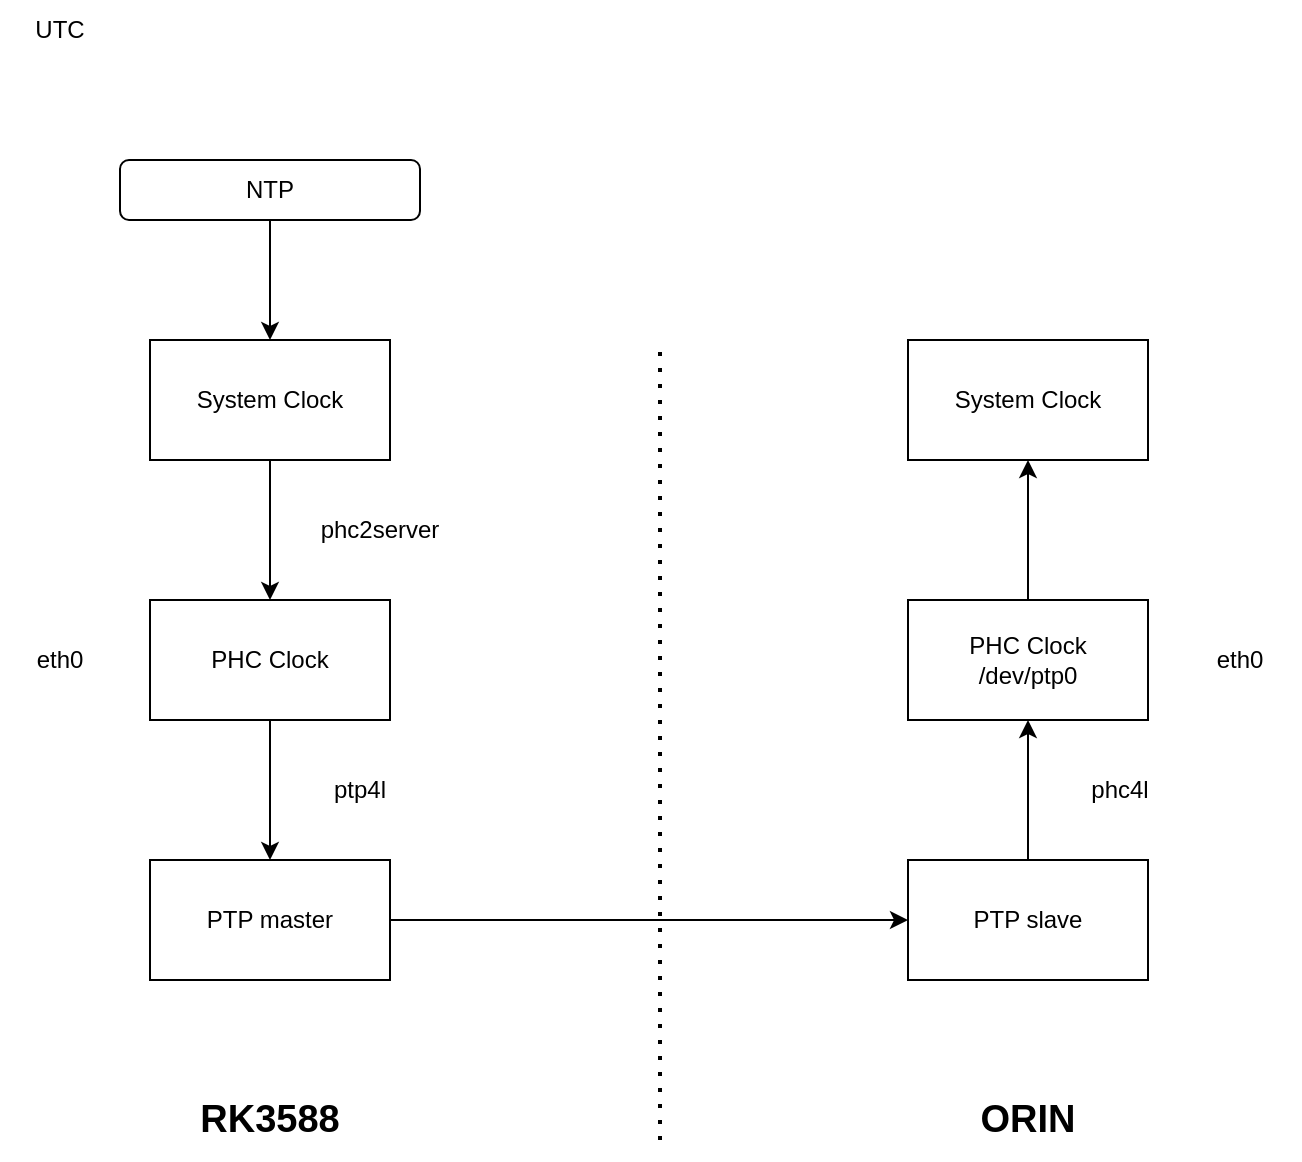
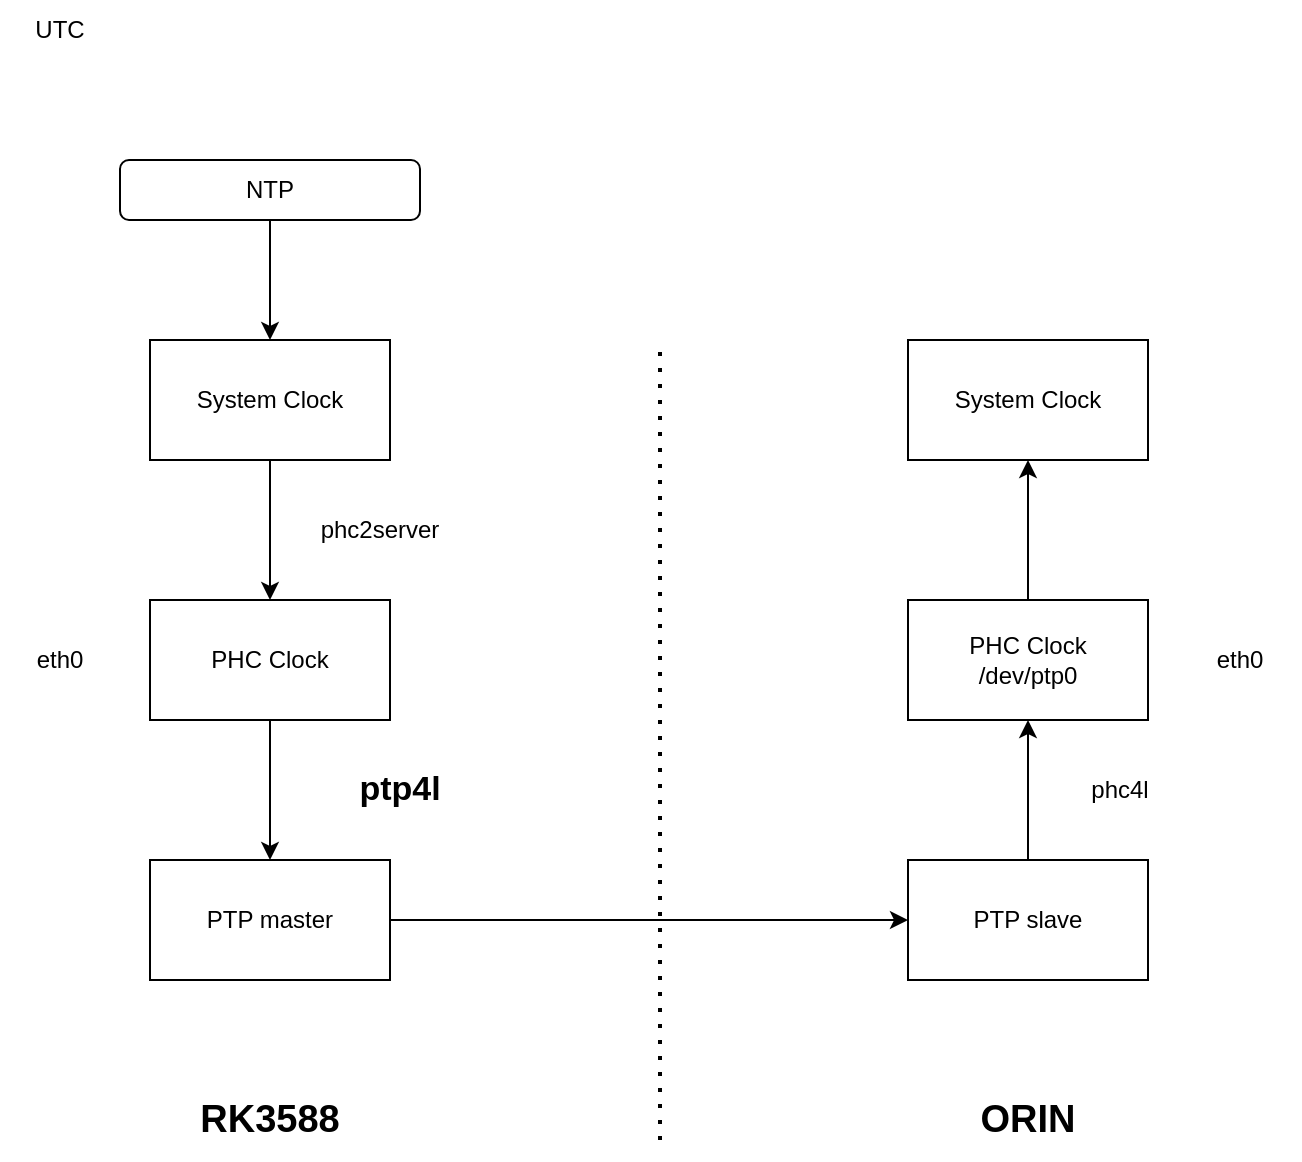
<mxfile host="app.diagrams.net" agent="Mozilla/5.0 (Windows NT 10.0; Win64; x64) AppleWebKit/537.36 (KHTML, like Gecko) Chrome/148.0.0.0 Safari/537.36">
  <diagram name="第 1 页" id="xi5zx8poPBdEaGlYp24N">
    <mxGraphModel dx="1122" dy="596" grid="1" gridSize="10" guides="1" tooltips="1" connect="1" arrows="1" fold="1" page="1" pageScale="1" pageWidth="827" pageHeight="1169" math="0" shadow="0">
      <root>
        <mxCell id="0" />
        <mxCell id="1" parent="0" />
        <mxCell id="9tWx0qsMY7gKmuM-r2hu-1" edge="1" parent="1" source="473n1farRfXXC9yVkO81-1" style="edgeStyle=orthogonalEdgeStyle;rounded=0;orthogonalLoop=1;jettySize=auto;html=1;" target="473n1farRfXXC9yVkO81-7" value="">
          <mxGeometry relative="1" as="geometry" />
        </mxCell>
        <mxCell id="473n1farRfXXC9yVkO81-1" parent="1" style="rounded=1;whiteSpace=wrap;html=1;" value="NTP" vertex="1">
          <mxGeometry height="30" width="150" x="130" y="150" as="geometry" />
        </mxCell>
        <mxCell id="473n1farRfXXC9yVkO81-6" parent="1" style="text;html=1;whiteSpace=wrap;strokeColor=none;fillColor=none;align=center;verticalAlign=middle;rounded=0;" value="UTC" vertex="1">
          <mxGeometry height="30" width="60" x="70" y="70" as="geometry" />
        </mxCell>
        <mxCell id="9tWx0qsMY7gKmuM-r2hu-3" edge="1" parent="1" source="473n1farRfXXC9yVkO81-7" style="edgeStyle=orthogonalEdgeStyle;rounded=0;orthogonalLoop=1;jettySize=auto;html=1;" target="9tWx0qsMY7gKmuM-r2hu-2" value="">
          <mxGeometry relative="1" as="geometry" />
        </mxCell>
        <mxCell id="473n1farRfXXC9yVkO81-7" parent="1" style="rounded=0;whiteSpace=wrap;html=1;" value="System Clock" vertex="1">
          <mxGeometry height="60" width="120" x="145" y="240" as="geometry" />
        </mxCell>
        <mxCell id="9tWx0qsMY7gKmuM-r2hu-5" edge="1" parent="1" source="9tWx0qsMY7gKmuM-r2hu-2" style="edgeStyle=orthogonalEdgeStyle;rounded=0;orthogonalLoop=1;jettySize=auto;html=1;" target="9tWx0qsMY7gKmuM-r2hu-4" value="">
          <mxGeometry relative="1" as="geometry" />
        </mxCell>
        <mxCell id="9tWx0qsMY7gKmuM-r2hu-2" parent="1" style="rounded=0;whiteSpace=wrap;html=1;" value="PHC Clock" vertex="1">
          <mxGeometry height="60" width="120" x="145" y="370" as="geometry" />
        </mxCell>
        <mxCell id="9tWx0qsMY7gKmuM-r2hu-11" edge="1" parent="1" source="9tWx0qsMY7gKmuM-r2hu-4" style="edgeStyle=orthogonalEdgeStyle;rounded=0;orthogonalLoop=1;jettySize=auto;html=1;exitX=1;exitY=0.5;exitDx=0;exitDy=0;entryX=0;entryY=0.5;entryDx=0;entryDy=0;" target="9tWx0qsMY7gKmuM-r2hu-9">
          <mxGeometry relative="1" as="geometry" />
        </mxCell>
        <mxCell id="9tWx0qsMY7gKmuM-r2hu-4" parent="1" style="rounded=0;whiteSpace=wrap;html=1;" value="PTP master" vertex="1">
          <mxGeometry height="60" width="120" x="145" y="500" as="geometry" />
        </mxCell>
        <mxCell id="9tWx0qsMY7gKmuM-r2hu-6" parent="1" style="text;html=1;whiteSpace=wrap;strokeColor=none;fillColor=none;align=center;verticalAlign=middle;rounded=0;" value="phc2server" vertex="1">
          <mxGeometry height="30" width="60" x="230" y="320" as="geometry" />
        </mxCell>
-         <mxCell id="9tWx0qsMY7gKmuM-r2hu-7" parent="1" style="text;html=1;whiteSpace=wrap;strokeColor=none;fillColor=none;align=center;verticalAlign=middle;rounded=0;" value="ptp4l" vertex="1">
-           <mxGeometry height="30" width="60" x="220" y="450" as="geometry" />
+         <mxCell id="9tWx0qsMY7gKmuM-r2hu-7" parent="1" style="text;html=1;whiteSpace=wrap;strokeColor=none;fillColor=none;align=center;verticalAlign=middle;rounded=0;fontStyle=1;fontColor=light-dark(#000000,#CC0000);fontSize=17;" value="ptp4l" vertex="1">
+           <mxGeometry height="30" width="60" x="240" y="450" as="geometry" />
        </mxCell>
        <mxCell id="9tWx0qsMY7gKmuM-r2hu-8" edge="1" parent="1" style="endArrow=none;dashed=1;html=1;dashPattern=1 3;strokeWidth=2;rounded=0;" value="">
          <mxGeometry height="50" relative="1" width="50" as="geometry">
            <mxPoint x="400" y="640" as="sourcePoint" />
            <mxPoint x="400" y="240" as="targetPoint" />
          </mxGeometry>
        </mxCell>
        <mxCell id="9tWx0qsMY7gKmuM-r2hu-12" edge="1" parent="1" source="9tWx0qsMY7gKmuM-r2hu-9" style="edgeStyle=orthogonalEdgeStyle;rounded=0;orthogonalLoop=1;jettySize=auto;html=1;exitX=0.5;exitY=0;exitDx=0;exitDy=0;entryX=0.5;entryY=1;entryDx=0;entryDy=0;" target="9tWx0qsMY7gKmuM-r2hu-10">
          <mxGeometry relative="1" as="geometry" />
        </mxCell>
        <mxCell id="9tWx0qsMY7gKmuM-r2hu-9" parent="1" style="rounded=0;whiteSpace=wrap;html=1;" value="PTP slave" vertex="1">
          <mxGeometry height="60" width="120" x="524" y="500" as="geometry" />
        </mxCell>
        <mxCell id="9tWx0qsMY7gKmuM-r2hu-15" edge="1" parent="1" source="9tWx0qsMY7gKmuM-r2hu-10" style="edgeStyle=orthogonalEdgeStyle;rounded=0;orthogonalLoop=1;jettySize=auto;html=1;" target="9tWx0qsMY7gKmuM-r2hu-14" value="">
          <mxGeometry relative="1" as="geometry" />
        </mxCell>
        <mxCell id="9tWx0qsMY7gKmuM-r2hu-10" parent="1" style="rounded=0;whiteSpace=wrap;html=1;" value="PHC Clock&lt;br&gt;/dev/ptp0" vertex="1">
          <mxGeometry height="60" width="120" x="524" y="370" as="geometry" />
        </mxCell>
        <mxCell id="9tWx0qsMY7gKmuM-r2hu-13" parent="1" style="text;html=1;whiteSpace=wrap;strokeColor=none;fillColor=none;align=center;verticalAlign=middle;rounded=0;" value="phc4l" vertex="1">
          <mxGeometry height="30" width="60" x="600" y="450" as="geometry" />
        </mxCell>
        <mxCell id="9tWx0qsMY7gKmuM-r2hu-14" parent="1" style="rounded=0;whiteSpace=wrap;html=1;" value="System Clock" vertex="1">
          <mxGeometry height="60" width="120" x="524" y="240" as="geometry" />
        </mxCell>
        <mxCell id="9tWx0qsMY7gKmuM-r2hu-16" parent="1" style="text;html=1;whiteSpace=wrap;strokeColor=none;fillColor=none;align=center;verticalAlign=middle;rounded=0;fontStyle=1;fontSize=19;" value="RK3588" vertex="1">
          <mxGeometry height="40" width="120" x="145" y="610" as="geometry" />
        </mxCell>
        <mxCell id="9tWx0qsMY7gKmuM-r2hu-18" parent="1" style="text;html=1;whiteSpace=wrap;strokeColor=none;fillColor=none;align=center;verticalAlign=middle;rounded=0;fontStyle=1;fontSize=19;" value="ORIN" vertex="1">
          <mxGeometry height="40" width="120" x="524" y="610" as="geometry" />
        </mxCell>
        <mxCell id="9tWx0qsMY7gKmuM-r2hu-19" parent="1" style="text;html=1;whiteSpace=wrap;strokeColor=none;fillColor=none;align=center;verticalAlign=middle;rounded=0;" value="eth0" vertex="1">
          <mxGeometry height="30" width="60" x="70" y="385" as="geometry" />
        </mxCell>
        <mxCell id="9tWx0qsMY7gKmuM-r2hu-20" parent="1" style="text;html=1;whiteSpace=wrap;strokeColor=none;fillColor=none;align=center;verticalAlign=middle;rounded=0;" value="eth0" vertex="1">
          <mxGeometry height="30" width="60" x="660" y="385" as="geometry" />
        </mxCell>
      </root>
    </mxGraphModel>
  </diagram>
</mxfile>
